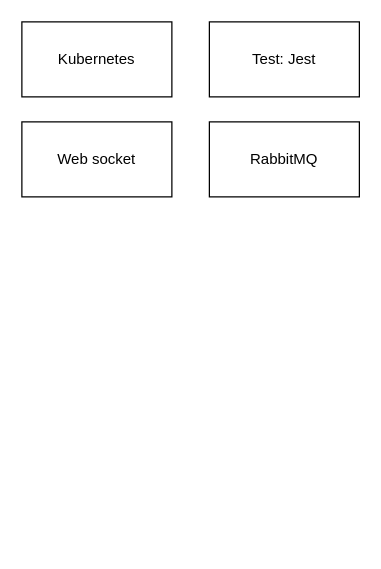
The draw.io diagram Project.drawio in neihyud/Diagram, before the edit. Source tidied: cells renumbered, new cells numbered last; positions are measured from the earlier drawing's top-left corner, leaving out a move shared by most shapes. Both pictures are drawn from the tidied source at 125%, with x=0, y=0 at pixel (21, 21).
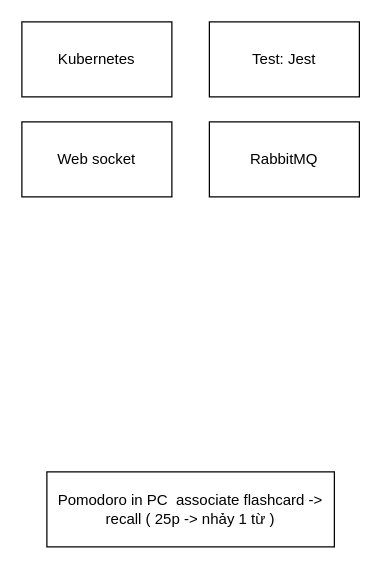
Above is the later version.

What changed in the source:
```diff
@@
 <mxGraphModel>
   <root>
     <mxCell id="0" />
     <mxCell id="1" parent="0" />
     <mxCell id="2" value="Kubernetes" style="whiteSpace=wrap;html=1;" parent="1" vertex="1">
       <mxGeometry width="120" height="60" as="geometry" />
     </mxCell>
     <mxCell id="3" value="Test: Jest" style="whiteSpace=wrap;html=1;" parent="1" vertex="1">
       <mxGeometry x="150" width="120" height="60" as="geometry" />
     </mxCell>
     <mxCell id="4" value="Web socket" style="whiteSpace=wrap;html=1;" parent="1" vertex="1">
       <mxGeometry y="80" width="120" height="60" as="geometry" />
     </mxCell>
     <mxCell id="5" value="RabbitMQ" style="whiteSpace=wrap;html=1;" parent="1" vertex="1">
       <mxGeometry x="150" y="80" width="120" height="60" as="geometry" />
     </mxCell>
+    <mxCell id="6" value="Pomodoro in PC&amp;nbsp;&amp;nbsp;associate flashcard -&amp;gt; recall ( 25p -&amp;gt; nhảy 1 từ )" style="whiteSpace=wrap;html=1;" parent="1" vertex="1">
+      <mxGeometry x="20" y="360" width="230" height="60" as="geometry" />
+    </mxCell>
   </root>
 </mxGraphModel>
```
